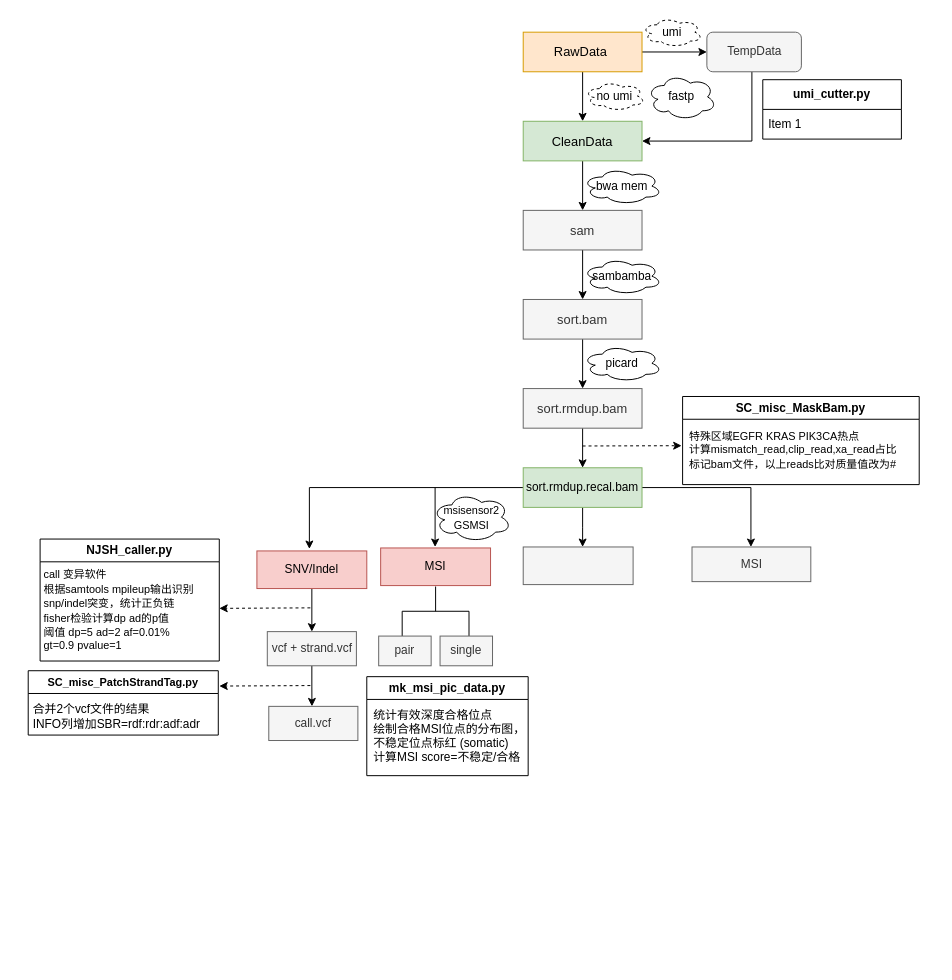
snowvov/storehouse keeps this draw.io diagram as 生信分析流程.drawio. Above is the earlier version. Source tidied: cells renumbered, new cells numbered last; positions are measured from the earlier drawing's top-left corner, leaving out a move shared by most shapes. Both pictures are drawn from the tidied source at 99%, with x=0, y=0 at pixel (28, 17).
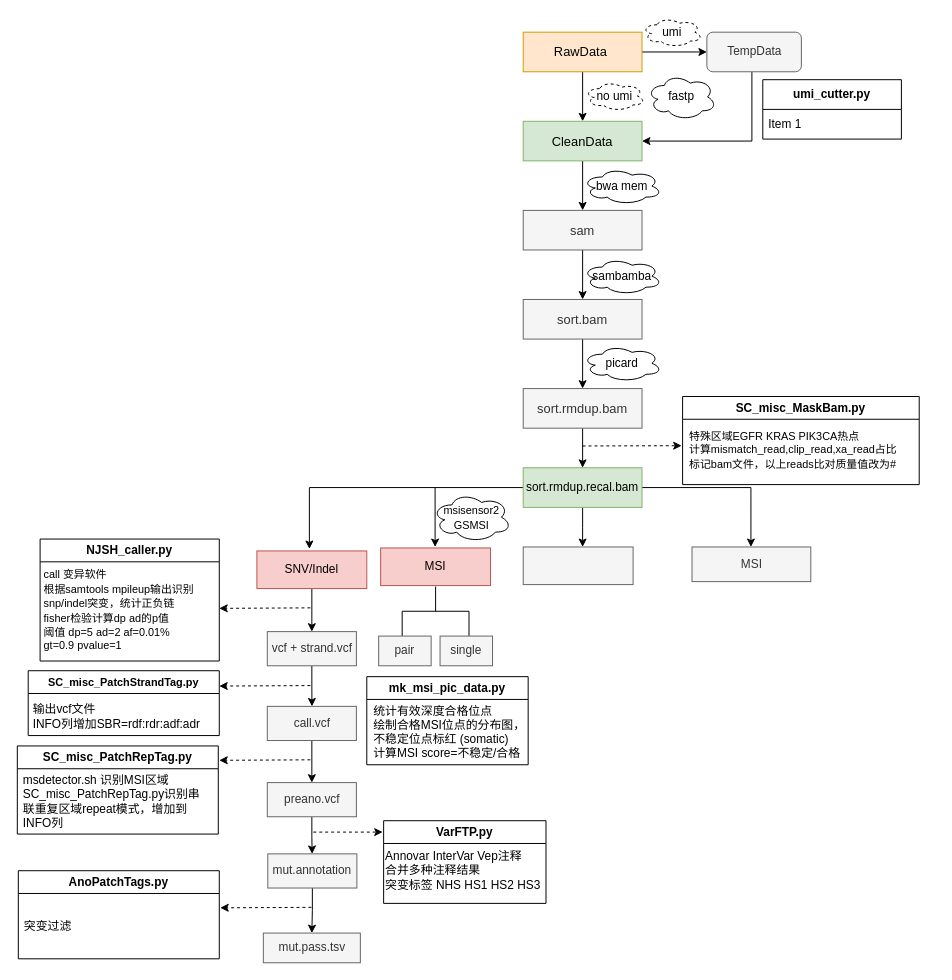
The same diagram, later.

Commit message:
更新生信分析流程.drawio

Diff of the diagram source:
```diff
@@
     <mxCell id="33" value="mk_msi_pic_data.py" style="swimlane;whiteSpace=wrap;html=1;" parent="1" vertex="1">
-      <mxGeometry x="342" y="666" width="163" height="100" as="geometry" />
+      <mxGeometry x="342" y="666" width="163" height="89" as="geometry" />
     </mxCell>
     <mxCell id="34" value="统计有效深度合格位点&lt;br&gt;绘制合格MSI位点的分布图，&lt;br&gt;不稳定位点标红 (somatic)&lt;br&gt;计算MSI score=不稳定/合格" style="text;html=1;align=left;verticalAlign=middle;strokeColor=none;fillColor=none;" parent="33" vertex="1">
-      <mxGeometry x="4.5" y="25" width="180" height="70" as="geometry" />
+      <mxGeometry x="4.5" y="21" width="180" height="70" as="geometry" />
     </mxCell>
@@
+    <mxCell id="51" style="edgeStyle=orthogonalEdgeStyle;rounded=0;jettySize=auto;html=1;" parent="1" edge="1" source="42" target="53">
+      <mxGeometry relative="1" as="geometry" />
+    </mxCell>
     <mxCell id="42" value="call.vcf" style="whiteSpace=wrap;html=1;fillColor=#f5f5f5;strokeColor=#666666;rounded=0;fontColor=#333333;" parent="1" vertex="1">
-      <mxGeometry x="243" y="696" width="90" height="34.5" as="geometry" />
+      <mxGeometry x="241.5" y="696" width="90" height="34.5" as="geometry" />
     </mxCell>
@@
     <mxCell id="47" value="&lt;font style=&quot;font-size: 11px;&quot;&gt;SC_misc_PatchStrandTag.py&lt;/font&gt;" style="swimlane;whiteSpace=wrap;html=1;" parent="1" vertex="1">
-      <mxGeometry y="660" width="192" height="65" as="geometry" />
+      <mxGeometry y="660" width="193" height="65.5" as="geometry" />
     </mxCell>
-    <mxCell id="48" value="合并2个vcf文件的结果&lt;br&gt;INFO列增加SBR=rdf:rdr:adf:adr" style="text;html=1;align=left;verticalAlign=middle;strokeColor=none;fillColor=none;" parent="47" vertex="1">
+    <mxCell id="48" value="输出vcf文件&lt;br&gt;INFO列增加SBR=rdf:rdr:adf:adr" style="text;html=1;align=left;verticalAlign=middle;strokeColor=none;fillColor=none;" parent="47" vertex="1">
       <mxGeometry x="3" y="25.5" width="190" height="40" as="geometry" />
     </mxCell>
@@
+    <mxCell id="52" style="edgeStyle=orthogonalEdgeStyle;rounded=0;jettySize=auto;html=1;" parent="1" edge="1" source="53">
+      <mxGeometry relative="1" as="geometry">
+        <mxPoint x="286.8" y="845" as="targetPoint" />
+      </mxGeometry>
+    </mxCell>
+    <mxCell id="53" value="preano.vcf" style="whiteSpace=wrap;html=1;fillColor=#f5f5f5;strokeColor=#666666;rounded=0;fontColor=#333333;" parent="1" vertex="1">
+      <mxGeometry x="241.5" y="773" width="90" height="34.5" as="geometry" />
+    </mxCell>
+    <mxCell id="54" style="endArrow=classic;html=1;rounded=0;dashed=1;" parent="1" edge="1">
+      <mxGeometry relative="1" as="geometry">
+        <mxPoint x="285" y="750" as="sourcePoint" />
+        <mxPoint x="193" y="750.5" as="targetPoint" />
+      </mxGeometry>
+    </mxCell>
+    <mxCell id="55" value="SC_misc_PatchRepTag.py" style="swimlane;whiteSpace=wrap;html=1;" parent="1" vertex="1">
+      <mxGeometry x="-11" y="736" width="203" height="89" as="geometry" />
+    </mxCell>
+    <mxCell id="56" value="msdetector.sh 识别MSI区域&lt;br&gt;SC_misc_PatchRepTag.py识别串&lt;br&gt;联重复区域repeat模式，增加到&lt;br&gt;INFO列" style="text;html=1;align=left;verticalAlign=middle;strokeColor=none;fillColor=none;" parent="55" vertex="1">
+      <mxGeometry x="4" y="20.5" width="200" height="70" as="geometry" />
+    </mxCell>
+    <mxCell id="57" style="edgeStyle=orthogonalEdgeStyle;rounded=0;jettySize=auto;html=1;" parent="1" edge="1" source="58" target="62">
+      <mxGeometry relative="1" as="geometry" />
+    </mxCell>
+    <mxCell id="58" value="mut.annotation" style="whiteSpace=wrap;html=1;fillColor=#f5f5f5;strokeColor=#666666;rounded=0;fontColor=#333333;" parent="1" vertex="1">
+      <mxGeometry x="242" y="845" width="90" height="34.5" as="geometry" />
+    </mxCell>
+    <mxCell id="59" style="endArrow=classic;html=1;rounded=0;dashed=1;" parent="1" edge="1">
+      <mxGeometry relative="1" as="geometry">
+        <mxPoint x="288" y="823" as="sourcePoint" />
+        <mxPoint x="358" y="823" as="targetPoint" />
+      </mxGeometry>
+    </mxCell>
+    <mxCell id="60" value="VarFTP.py" style="swimlane;whiteSpace=wrap;html=1;startSize=23;" parent="1" vertex="1">
+      <mxGeometry x="359" y="811.5" width="164" height="83.5" as="geometry" />
+    </mxCell>
+    <mxCell id="61" value="Annovar InterVar Vep注释&amp;nbsp;&lt;br&gt;合并多种注释结果&lt;br&gt;突变标签 NHS HS1 HS2 HS3" style="text;html=1;align=left;verticalAlign=middle;strokeColor=none;fillColor=none;" parent="60" vertex="1">
+      <mxGeometry y="20.8" width="180" height="60" as="geometry" />
+    </mxCell>
+    <mxCell id="62" value="mut.pass.tsv" style="whiteSpace=wrap;html=1;fillColor=#f5f5f5;strokeColor=#666666;fontColor=#333333;rounded=0;" parent="1" vertex="1">
+      <mxGeometry x="237.5" y="925" width="98" height="30" as="geometry" />
+    </mxCell>
+    <mxCell id="63" style="endArrow=classic;html=1;rounded=0;dashed=1;" parent="1" edge="1">
+      <mxGeometry relative="1" as="geometry">
+        <mxPoint x="286" y="899" as="sourcePoint" />
+        <mxPoint x="194" y="899.5" as="targetPoint" />
+      </mxGeometry>
+    </mxCell>
+    <mxCell id="64" value="AnoPatchTags.py" style="swimlane;whiteSpace=wrap;html=1;" parent="1" vertex="1">
+      <mxGeometry x="-10" y="862" width="203" height="89" as="geometry" />
+    </mxCell>
+    <mxCell id="65" value="突变过滤" style="text;html=1;align=left;verticalAlign=middle;strokeColor=none;fillColor=none;" parent="64" vertex="1">
+      <mxGeometry x="4" y="40.5" width="70" height="30" as="geometry" />
+    </mxCell>
```
